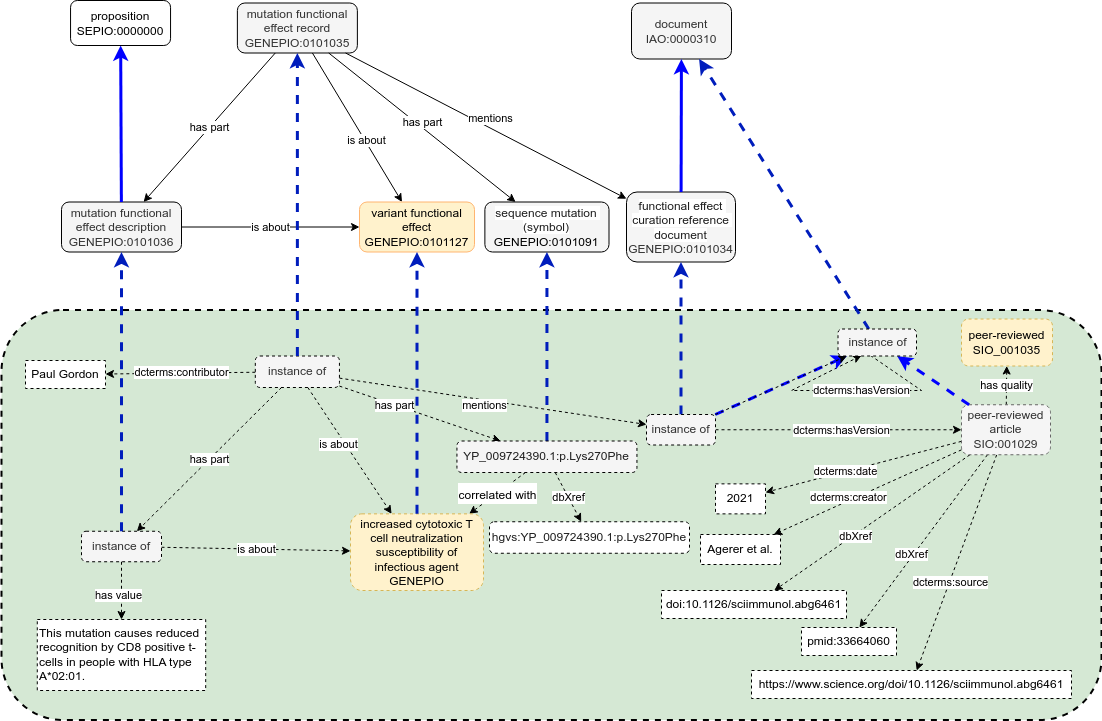
Before: img/evidence.drawio.png, a diagram exported from draw.io (cidgoh/pathogen-mutation-functionalannotation-package). Source tidied: cells renumbered, new cells last; positions are measured from the earlier drawing's top-left corner, leaving out a move shared by most shapes. Its diagram source:
```xml
<mxGraphModel>
  <root>
    <mxCell id="0" />
    <mxCell id="1" parent="0" />
    <mxCell id="2" style="rounded=1;whiteSpace=wrap;html=1;shadow=0;comic=0;strokeWidth=2;fontFamily=Segoe UI;fontSize=12;dashed=1;fillColor=#D5E8D4;" parent="1" vertex="1">
      <mxGeometry y="309.5" width="1100" height="410" as="geometry" />
    </mxCell>
    <mxCell id="3" value="instance of" style="rounded=1;whiteSpace=wrap;html=1;fontColor=#333333;fillColor=#f5f5f5;strokeColor=#000000;strokeWidth=1;dashed=1;" parent="1" vertex="1">
      <mxGeometry x="253.8" y="355.5" width="84.1" height="31.5" as="geometry" />
    </mxCell>
    <mxCell id="4" value="instance of" style="rounded=1;whiteSpace=wrap;html=1;fontColor=#333333;fillColor=#f5f5f5;strokeColor=#000000;strokeWidth=1;dashed=1;" parent="1" vertex="1">
      <mxGeometry x="80" y="530.8" width="80" height="30.5" as="geometry" />
    </mxCell>
    <mxCell id="5" value="has part" style="endArrow=classic;html=1;rounded=0;dashed=1;" parent="1" edge="1" source="3" target="57">
      <mxGeometry x="-0.32" y="-1" relative="1" as="geometry" />
    </mxCell>
    <mxCell id="6" value="has part" style="endArrow=classic;html=1;rounded=0;dashed=1;" parent="1" edge="1" source="3" target="4">
      <mxGeometry relative="1" as="geometry" />
    </mxCell>
    <mxCell id="7" value="&lt;font&gt;is about&lt;/font&gt;" style="rounded=0;jettySize=auto;html=1;fontColor=#000000;dashed=1;" parent="1" edge="1" source="4" target="15">
      <mxGeometry relative="1" as="geometry" />
    </mxCell>
    <mxCell id="8" value="dcterms:contributor" style="endArrow=classic;html=1;rounded=0;dashed=1;" parent="1" edge="1" source="3" target="10">
      <mxGeometry x="-0.01" y="-1" relative="1" as="geometry" />
    </mxCell>
    <mxCell id="9" value="&lt;font color=&quot;#050100&quot;&gt;&lt;br&gt;&lt;/font&gt;" style="rounded=0;jettySize=auto;html=1;dashed=1;" parent="1" edge="1" source="3" target="60">
      <mxGeometry relative="1" as="geometry" />
    </mxCell>
    <mxCell id="10" value="&lt;span style=&quot;border-color: var(--border-color);&quot;&gt;Paul Gordon&lt;/span&gt;" style="rounded=0;whiteSpace=wrap;html=1;strokeWidth=1;dashed=1;" parent="1" vertex="1">
      <mxGeometry x="24" y="360" width="80" height="28" as="geometry" />
    </mxCell>
    <mxCell id="11" value="&lt;font color=&quot;#000000&quot; style=&quot;font-size: 12px;&quot;&gt;correlated with&lt;/font&gt;" style="endArrow=classic;html=1;rounded=0;fontSize=18;fontColor=#050100;strokeColor=#000000;dashed=1;" parent="1" edge="1" source="57" target="15">
      <mxGeometry relative="1" as="geometry" />
    </mxCell>
    <mxCell id="12" style="rounded=0;jettySize=auto;html=1;dashed=1;" parent="1" edge="1" source="3" target="15">
      <mxGeometry relative="1" as="geometry" />
    </mxCell>
    <mxCell id="13" value="mentions" style="edgeLabel;html=1;align=center;verticalAlign=middle;" parent="12" vertex="1">
      <mxGeometry x="-0.06" y="1" relative="1" as="geometry">
        <mxPoint x="136" y="-41" as="offset" />
      </mxGeometry>
    </mxCell>
    <mxCell id="14" value="is about" style="edgeLabel;html=1;align=center;verticalAlign=middle;" parent="12" vertex="1">
      <mxGeometry x="0.18" y="1" relative="1" as="geometry">
        <mxPoint x="-20" y="-17" as="offset" />
      </mxGeometry>
    </mxCell>
    <mxCell id="15" value="increased cytotoxic T cell neutralization susceptibility of infectious agent&lt;div&gt;GENEPIO&lt;/div&gt;" style="rounded=1;whiteSpace=wrap;html=1;strokeWidth=1;dashed=1;fillColor=#fff2cc;strokeColor=#d6b656;" parent="1" vertex="1">
      <mxGeometry x="349" y="513.4" width="133" height="76.6" as="geometry" />
    </mxCell>
    <mxCell id="16" value="Agerer et al." style="rounded=0;whiteSpace=wrap;html=1;strokeWidth=1;dashed=1;" parent="1" vertex="1">
      <mxGeometry x="699" y="534" width="80" height="30" as="geometry" />
    </mxCell>
    <mxCell id="17" value="&lt;font color=&quot;#050100&quot;&gt;dcterms:creator&lt;/font&gt;" style="rounded=0;jettySize=auto;html=1;dashed=1;" parent="1" edge="1" source="30" target="16">
      <mxGeometry x="0.19" y="-3" relative="1" as="geometry" />
    </mxCell>
    <mxCell id="18" value="2021" style="rounded=0;whiteSpace=wrap;html=1;strokeWidth=1;dashed=1;" parent="1" vertex="1">
      <mxGeometry x="714" y="483.4" width="50" height="30" as="geometry" />
    </mxCell>
    <mxCell id="19" value="&lt;font color=&quot;#050100&quot;&gt;dcterms:date&lt;/font&gt;" style="rounded=0;jettySize=auto;html=1;dashed=1;" parent="1" edge="1" source="30" target="18">
      <mxGeometry x="0.18" y="1" relative="1" as="geometry">
        <mxPoint y="-1" as="offset" />
      </mxGeometry>
    </mxCell>
    <mxCell id="20" value="has quality" style="endArrow=classic;html=1;rounded=0;dashed=1;" parent="1" edge="1" source="30" target="22">
      <mxGeometry relative="1" as="geometry" />
    </mxCell>
    <mxCell id="21" value="dcterms:hasVersion" style="endArrow=classic;html=1;rounded=0;dashed=1;exitX=0.414;exitY=0.981;exitDx=0;exitDy=0;exitPerimeter=0;" parent="1" edge="1" source="59">
      <mxGeometry x="-0.1" relative="1" as="geometry">
        <mxPoint x="860" y="355" as="targetPoint" />
        <Array as="points">
          <mxPoint x="920" y="390" />
          <mxPoint x="860" y="390" />
          <mxPoint x="790" y="390" />
        </Array>
      </mxGeometry>
    </mxCell>
    <mxCell id="22" value="peer-reviewed&lt;br&gt;&lt;a href=&quot;https://www.ebi.ac.uk/ols/ontologies/sio/terms?iri=http://semanticscience.org/resource/SIO_001035&quot;&gt;SIO_001035&lt;/a&gt;" style="rounded=1;whiteSpace=wrap;html=1;fillColor=#fff2cc;strokeColor=#d6b656;strokeWidth=1;dashed=1;" parent="1" vertex="1">
      <mxGeometry x="960" y="318.5" width="91" height="47" as="geometry" />
    </mxCell>
    <mxCell id="23" value="&lt;font color=&quot;#050100&quot;&gt;&lt;br&gt;&lt;/font&gt;" style="rounded=0;jettySize=auto;html=1;strokeWidth=3;strokeColor=#0000FF;dashed=1;" parent="1" edge="1" source="60" target="59">
      <mxGeometry x="-0.57" relative="1" as="geometry" />
    </mxCell>
    <mxCell id="24" value="doi:10.1126/sciimmunol.abg6461" style="rounded=0;whiteSpace=wrap;html=1;strokeWidth=1;dashed=1;" parent="1" vertex="1">
      <mxGeometry x="660" y="590" width="185" height="28" as="geometry" />
    </mxCell>
    <mxCell id="25" value="&lt;font color=&quot;#050100&quot;&gt;dbXref&lt;/font&gt;" style="rounded=0;jettySize=auto;html=1;dashed=1;" parent="1" edge="1" source="30" target="24">
      <mxGeometry x="0.19" y="2" relative="1" as="geometry" />
    </mxCell>
    <mxCell id="26" value="pmid:33664060" style="rounded=0;whiteSpace=wrap;html=1;strokeWidth=1;dashed=1;" parent="1" vertex="1">
      <mxGeometry x="800" y="627" width="95" height="28" as="geometry" />
    </mxCell>
    <mxCell id="27" value="&lt;font color=&quot;#050100&quot;&gt;dbXref&lt;/font&gt;" style="rounded=0;jettySize=auto;html=1;dashed=1;" parent="1" edge="1" source="30" target="26">
      <mxGeometry x="0.16" y="-2" relative="1" as="geometry">
        <mxPoint y="1" as="offset" />
      </mxGeometry>
    </mxCell>
    <mxCell id="28" value="&lt;font&gt;dcterms:source&lt;/font&gt;" style="rounded=0;jettySize=auto;html=1;fontColor=#000000;dashed=1;" parent="1" edge="1" source="30" target="29">
      <mxGeometry x="0.19" y="1" relative="1" as="geometry" />
    </mxCell>
    <mxCell id="29" value="https://www.science.org/doi/10.1126/sciimmunol.abg6461" style="rounded=0;whiteSpace=wrap;html=1;strokeWidth=1;dashed=1;" parent="1" vertex="1">
      <mxGeometry x="750" y="670" width="320" height="28" as="geometry" />
    </mxCell>
    <mxCell id="30" value="peer-reviewed article&lt;br&gt;&lt;a href=&quot;http://semanticscience.org/resource/SIO_001029&quot;&gt;SIO:001029&lt;/a&gt;" style="rounded=1;whiteSpace=wrap;html=1;fontColor=#333333;fillColor=#f5f5f5;strokeColor=#666666;strokeWidth=1;dashed=1;" parent="1" vertex="1">
      <mxGeometry x="960" y="404.2" width="89" height="50" as="geometry" />
    </mxCell>
    <mxCell id="31" value="dcterms:hasVersion" style="endArrow=classic;html=1;rounded=0;dashed=1;" parent="1" edge="1" source="60" target="30">
      <mxGeometry x="0.02" y="-1" relative="1" as="geometry" />
    </mxCell>
    <mxCell id="32" value="&lt;font color=&quot;#050100&quot;&gt;&lt;br&gt;&lt;/font&gt;" style="rounded=0;jettySize=auto;html=1;strokeWidth=3;strokeColor=#0000FF;dashed=1;" parent="1" edge="1" source="30" target="59">
      <mxGeometry x="-0.57" relative="1" as="geometry" />
    </mxCell>
    <mxCell id="33" value="mutation functional effect record&lt;br&gt;GENEPIO:0101035" style="rounded=1;whiteSpace=wrap;html=1;fontColor=#333333;fillColor=#f5f5f5;strokeColor=#000000;strokeWidth=1;" parent="1" vertex="1">
      <mxGeometry x="235.9" y="2.5" width="120" height="50" as="geometry" />
    </mxCell>
    <mxCell id="34" value="mutation functional effect description&lt;br&gt;GENEPIO:0101036" style="rounded=1;whiteSpace=wrap;html=1;fontColor=#333333;fillColor=#f5f5f5;strokeColor=#000000;strokeWidth=1;" parent="1" vertex="1">
      <mxGeometry x="60" y="201.5" width="120" height="50" as="geometry" />
    </mxCell>
    <mxCell id="35" value="has part" style="endArrow=classic;html=1;rounded=0;" parent="1" edge="1" source="33" target="43">
      <mxGeometry x="-0.02" y="3" relative="1" as="geometry">
        <mxPoint y="-1" as="offset" />
      </mxGeometry>
    </mxCell>
    <mxCell id="36" value="has part" style="endArrow=classic;html=1;rounded=0;" parent="1" edge="1" source="33" target="34">
      <mxGeometry relative="1" as="geometry" />
    </mxCell>
    <mxCell id="37" value="&lt;font&gt;is about&lt;/font&gt;" style="rounded=0;jettySize=auto;html=1;fontColor=#000000;" parent="1" edge="1" source="34" target="42">
      <mxGeometry relative="1" as="geometry" />
    </mxCell>
    <mxCell id="38" value="&lt;font color=&quot;#050100&quot;&gt;&lt;br&gt;&lt;/font&gt;" style="rounded=0;jettySize=auto;html=1;" parent="1" edge="1" source="33" target="44">
      <mxGeometry relative="1" as="geometry" />
    </mxCell>
    <mxCell id="39" style="rounded=0;jettySize=auto;html=1;" parent="1" edge="1" source="33" target="42">
      <mxGeometry relative="1" as="geometry" />
    </mxCell>
    <mxCell id="40" value="mentions" style="edgeLabel;html=1;align=center;verticalAlign=middle;" parent="39" vertex="1">
      <mxGeometry x="-0.06" y="1" relative="1" as="geometry">
        <mxPoint x="134" y="-5" as="offset" />
      </mxGeometry>
    </mxCell>
    <mxCell id="41" value="is about" style="edgeLabel;html=1;align=center;verticalAlign=middle;" parent="39" vertex="1">
      <mxGeometry x="0.18" y="1" relative="1" as="geometry" />
    </mxCell>
    <mxCell id="42" value="variant functional effect&lt;div&gt;GENEPIO:0101127&lt;br&gt;&lt;/div&gt;" style="rounded=1;whiteSpace=wrap;html=1;strokeWidth=1;strokeColor=#FFB570;fillColor=#fff2cc;" parent="1" vertex="1">
      <mxGeometry x="358" y="201.5" width="115" height="50" as="geometry" />
    </mxCell>
    <mxCell id="43" value="&lt;font style=&quot;font-size: 12px;&quot;&gt;&lt;span style=&quot;color: rgb(31, 31, 31); font-family: &amp;quot;Google Sans&amp;quot;, Roboto, sans-serif; text-align: start; white-space: pre-wrap; background-color: rgb(255, 255, 255);&quot;&gt;sequence mutation (symbol)&lt;/span&gt;&lt;br&gt;&lt;span style=&quot;color: rgb(0, 0, 0); text-align: start; font-family: Arial;&quot;&gt;GENEPIO:0101091&lt;/span&gt;&lt;/font&gt;" style="rounded=1;whiteSpace=wrap;html=1;fontColor=#333333;fillColor=#f5f5f5;strokeColor=#000000;strokeWidth=1;" parent="1" vertex="1">
      <mxGeometry x="483.4" y="201.5" width="124.1" height="50" as="geometry" />
    </mxCell>
    <mxCell id="44" value="&lt;span style=&quot;color: rgb(31, 31, 31); font-family: &amp;quot;Google Sans&amp;quot;, Roboto, sans-serif; text-align: start; white-space: pre-wrap; background-color: rgb(255, 255, 255);&quot;&gt;functional effect curation reference document&lt;/span&gt;&lt;br&gt;GENEPIO:0101034" style="rounded=1;whiteSpace=wrap;html=1;fontColor=#333333;fillColor=#f5f5f5;strokeColor=#000000;strokeWidth=1;" parent="1" vertex="1">
      <mxGeometry x="625" y="191.5" width="109" height="70" as="geometry" />
    </mxCell>
    <mxCell id="45" value="document&lt;br&gt;&lt;a href=&quot;http://purl.obolibrary.org/obo/IAO_0000310&quot;&gt;IAO:0000310&lt;/a&gt;" style="rounded=1;whiteSpace=wrap;html=1;fillColor=#f5f5f5;strokeColor=#000000;fontColor=#333333;" parent="1" vertex="1">
      <mxGeometry x="630" y="2.5" width="100" height="56" as="geometry" />
    </mxCell>
    <mxCell id="46" value="&lt;font color=&quot;#050100&quot;&gt;&lt;br&gt;&lt;/font&gt;" style="rounded=0;jettySize=auto;html=1;strokeWidth=3;strokeColor=#0000FF;" parent="1" edge="1" source="44" target="45">
      <mxGeometry x="-0.57" relative="1" as="geometry" />
    </mxCell>
    <mxCell id="47" style="edgeStyle=none;rounded=0;jettySize=auto;html=1;fontSize=18;fontColor=#050100;strokeWidth=3;strokeColor=#0000FF;" parent="1" edge="1" source="34" target="48">
      <mxGeometry relative="1" as="geometry" />
    </mxCell>
    <mxCell id="48" value="proposition&lt;br&gt;&lt;a href=&quot;http://purl.obolibrary.org/obo/SEPIO_0000000&quot;&gt;SEPIO:0000000&lt;/a&gt;" style="rounded=1;whiteSpace=wrap;html=1;strokeColor=#000000;strokeWidth=1;" parent="1" vertex="1">
      <mxGeometry x="69.1" width="100" height="45" as="geometry" />
    </mxCell>
    <mxCell id="49" style="edgeStyle=none;rounded=0;jettySize=auto;html=1;fillColor=#0050ef;strokeColor=#001DBC;strokeWidth=3;dashed=1;" parent="1" edge="1" source="3" target="33">
      <mxGeometry relative="1" as="geometry" />
    </mxCell>
    <mxCell id="50" style="edgeStyle=none;rounded=0;jettySize=auto;html=1;fillColor=#0050ef;strokeColor=#001DBC;strokeWidth=3;dashed=1;" parent="1" edge="1" source="60" target="44">
      <mxGeometry relative="1" as="geometry" />
    </mxCell>
    <mxCell id="51" style="edgeStyle=none;rounded=0;jettySize=auto;html=1;fillColor=#0050ef;strokeColor=#001DBC;strokeWidth=3;dashed=1;" parent="1" edge="1" source="4" target="34">
      <mxGeometry relative="1" as="geometry" />
    </mxCell>
    <mxCell id="52" style="edgeStyle=none;rounded=0;jettySize=auto;html=1;fillColor=#0050ef;strokeColor=#001DBC;strokeWidth=3;dashed=1;" parent="1" edge="1" source="57" target="43">
      <mxGeometry relative="1" as="geometry" />
    </mxCell>
    <mxCell id="53" style="edgeStyle=none;rounded=0;jettySize=auto;html=1;fillColor=#0050ef;strokeColor=#001DBC;strokeWidth=3;dashed=1;" parent="1" edge="1" source="59" target="45">
      <mxGeometry relative="1" as="geometry" />
    </mxCell>
    <mxCell id="54" value="This mutation causes reduced recognition by CD8 positive t-cells in people with HLA type A*02:01." style="text;whiteSpace=wrap;html=1;dashed=1;fillColor=default;strokeColor=default;" parent="1" vertex="1">
      <mxGeometry x="35.8" y="619" width="168.4" height="71" as="geometry" />
    </mxCell>
    <mxCell id="55" style="edgeStyle=none;rounded=0;jettySize=auto;html=1;fillColor=#0050ef;strokeColor=#001DBC;strokeWidth=3;dashed=1;" parent="1" edge="1" source="15" target="42">
      <mxGeometry relative="1" as="geometry" />
    </mxCell>
    <mxCell id="56" value="has value" style="endArrow=classic;html=1;rounded=0;dashed=1;" parent="1" edge="1" source="4" target="54">
      <mxGeometry x="0.18" y="-3" relative="1" as="geometry" />
    </mxCell>
    <mxCell id="57" value="&lt;div style=&quot;text-align: start;&quot;&gt;&lt;span style=&quot;background-color: initial; text-align: center; white-space-collapse: preserve;&quot;&gt;&lt;font face=&quot;Google Sans, Roboto, sans-serif&quot; color=&quot;#1f1f1f&quot;&gt;YP_009724390.1&lt;/font&gt;&lt;/span&gt;&lt;span style=&quot;background-color: initial; text-align: center; white-space: pre-wrap;&quot;&gt;&lt;font face=&quot;Google Sans, Roboto, sans-serif&quot; color=&quot;#1f1f1f&quot;&gt;:p.&lt;/font&gt;&lt;/span&gt;&lt;span style=&quot;background-color: initial; text-align: center; white-space-collapse: preserve;&quot;&gt;&lt;font face=&quot;Google Sans, Roboto, sans-serif&quot; color=&quot;#1f1f1f&quot;&gt;Lys&lt;/font&gt;&lt;/span&gt;&lt;span style=&quot;color: rgb(31, 31, 31); font-family: &amp;quot;Google Sans&amp;quot;, Roboto, sans-serif; background-color: initial; text-align: center; white-space-collapse: preserve;&quot;&gt;270&lt;/span&gt;&lt;span style=&quot;background-color: initial; text-align: center; white-space-collapse: preserve;&quot;&gt;&lt;font face=&quot;Google Sans, Roboto, sans-serif&quot; color=&quot;#1f1f1f&quot;&gt;Phe&lt;/font&gt;&lt;/span&gt;&lt;/div&gt;" style="rounded=1;whiteSpace=wrap;html=1;fontColor=#333333;fillColor=#f5f5f5;strokeColor=#000000;strokeWidth=1;dashed=1;" parent="1" vertex="1">
      <mxGeometry x="455.4" y="440.5" width="180" height="31.5" as="geometry" />
    </mxCell>
    <mxCell id="58" style="endArrow=classic;html=1;rounded=0;dashed=1;" parent="1" edge="1" source="60" target="59">
      <mxGeometry relative="1" as="geometry" />
    </mxCell>
    <mxCell id="59" value="instance of" style="rounded=1;whiteSpace=wrap;html=1;fillColor=#f5f5f5;strokeColor=#000000;fontColor=#333333;dashed=1;" parent="1" vertex="1">
      <mxGeometry x="836.5" y="328.5" width="78.5" height="27" as="geometry" />
    </mxCell>
    <mxCell id="60" value="instance of" style="rounded=1;whiteSpace=wrap;html=1;fontColor=#333333;fillColor=#f5f5f5;strokeColor=#000000;strokeWidth=1;dashed=1;" parent="1" vertex="1">
      <mxGeometry x="645" y="414" width="69" height="30.5" as="geometry" />
    </mxCell>
    <mxCell id="61" value="&lt;div style=&quot;text-align: start;&quot;&gt;&lt;span style=&quot;white-space-collapse: preserve; background-color: initial; text-align: center;&quot;&gt;&lt;font face=&quot;Google Sans, Roboto, sans-serif&quot; color=&quot;#1f1f1f&quot;&gt;hgvs:YP_009724390.1&lt;/font&gt;&lt;/span&gt;&lt;span style=&quot;white-space-collapse: preserve; background-color: initial; text-align: center;&quot;&gt;&lt;font face=&quot;Google Sans, Roboto, sans-serif&quot; color=&quot;#1f1f1f&quot;&gt;:p.&lt;/font&gt;&lt;/span&gt;&lt;span style=&quot;white-space-collapse: preserve; background-color: initial; text-align: center;&quot;&gt;&lt;font face=&quot;Google Sans, Roboto, sans-serif&quot; color=&quot;#1f1f1f&quot;&gt;Lys&lt;/font&gt;&lt;/span&gt;&lt;span style=&quot;white-space-collapse: preserve; background-color: initial; color: rgb(31, 31, 31); font-family: &amp;quot;Google Sans&amp;quot;, Roboto, sans-serif; text-align: center;&quot;&gt;270&lt;/span&gt;&lt;span style=&quot;white-space-collapse: preserve; background-color: initial; text-align: center;&quot;&gt;&lt;font face=&quot;Google Sans, Roboto, sans-serif&quot; color=&quot;#1f1f1f&quot;&gt;Phe&lt;/font&gt;&lt;/span&gt;&lt;br&gt;&lt;/div&gt;" style="rounded=1;whiteSpace=wrap;html=1;fontColor=#333333;fillColor=#FFFFFF;strokeColor=#000000;strokeWidth=1;dashed=1;" parent="1" vertex="1">
      <mxGeometry x="488" y="521.2" width="200" height="31.5" as="geometry" />
    </mxCell>
    <mxCell id="62" value="&lt;font&gt;dbXref&lt;/font&gt;" style="rounded=0;jettySize=auto;html=1;fontColor=#000000;dashed=1;" parent="1" edge="1" source="57" target="61">
      <mxGeometry relative="1" as="geometry" />
    </mxCell>
  </root>
</mxGraphModel>
```
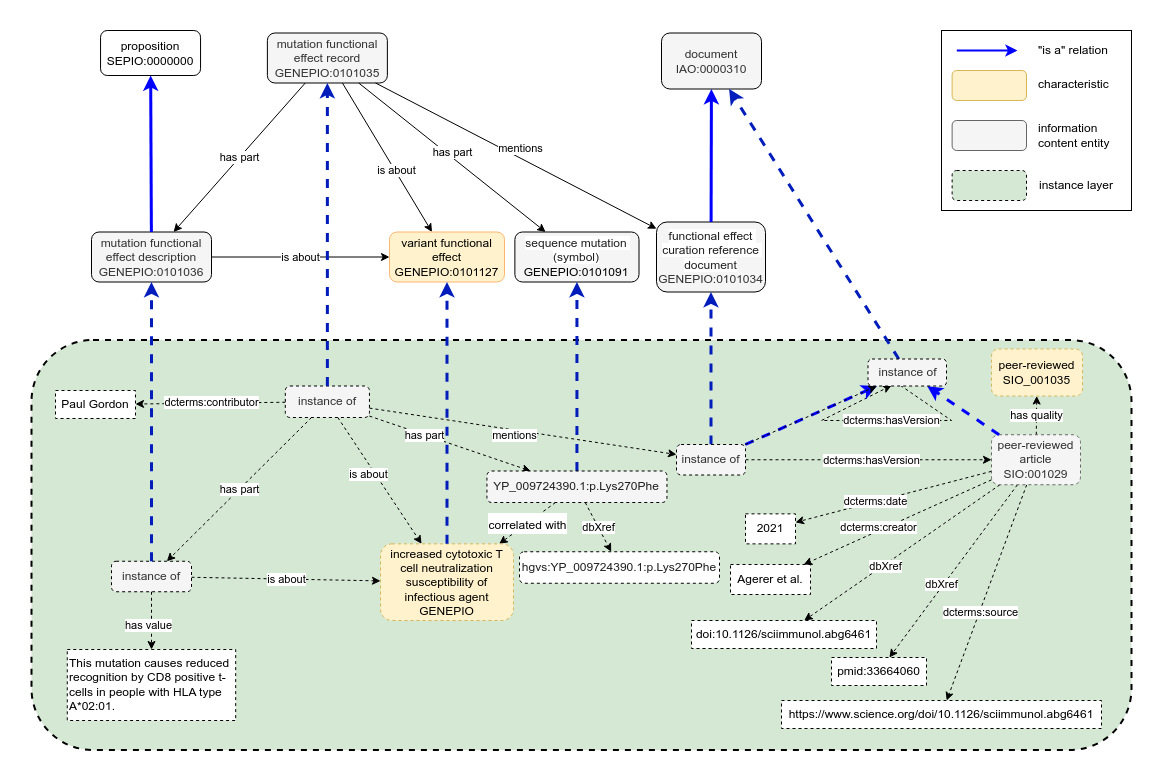
After the commit.

Commit message:
add borders and legends to ontology models

Diff of the diagram source:
```diff
@@ -204,5 +204,35 @@
     <mxCell id="62" value="&lt;font&gt;dbXref&lt;/font&gt;" style="rounded=0;jettySize=auto;html=1;fontColor=#000000;dashed=1;" parent="1" edge="1" source="57" target="61">
       <mxGeometry relative="1" as="geometry" />
     </mxCell>
+    <mxCell id="63" style="rounded=0;whiteSpace=wrap;html=1;fillColor=none;strokeWidth=1;" parent="1" vertex="1">
+      <mxGeometry x="910" width="190" height="180" as="geometry" />
+    </mxCell>
+    <mxCell id="64" value="&lt;div style=&quot;font-size: 16px;&quot;&gt;&lt;br&gt;&lt;/div&gt;" style="rounded=1;whiteSpace=wrap;html=1;strokeWidth=1;strokeColor=#d6b656;fillColor=#fff2cc;" parent="1" vertex="1">
+      <mxGeometry x="920.6" y="40" width="74.4" height="30" as="geometry" />
+    </mxCell>
+    <mxCell id="65" style="rounded=0;orthogonalLoop=1;jettySize=auto;html=1;strokeWidth=2;strokeColor=#0000FF;" parent="1" edge="1">
+      <mxGeometry relative="1" as="geometry">
+        <mxPoint x="925.3" y="20" as="sourcePoint" />
+        <mxPoint x="985.9" y="20" as="targetPoint" />
+      </mxGeometry>
+    </mxCell>
+    <mxCell id="66" value="&quot;is a&quot; relation" style="rounded=0;whiteSpace=wrap;html=1;strokeColor=none;fillColor=none;align=left;" parent="1" vertex="1">
+      <mxGeometry x="1005" y="6.1" width="86.7" height="27.8" as="geometry" />
+    </mxCell>
+    <mxCell id="67" value="characteristic" style="rounded=0;whiteSpace=wrap;html=1;strokeColor=none;fillColor=none;align=left;" parent="1" vertex="1">
+      <mxGeometry x="1004.7" y="40" width="90" height="27.8" as="geometry" />
+    </mxCell>
+    <mxCell id="68" value="information content entity" style="rounded=0;whiteSpace=wrap;html=1;strokeColor=none;fillColor=none;align=left;" parent="1" vertex="1">
+      <mxGeometry x="1005" y="90" width="90" height="30" as="geometry" />
+    </mxCell>
+    <mxCell id="69" value="&lt;div style=&quot;font-size: 16px;&quot;&gt;&lt;br&gt;&lt;/div&gt;" style="rounded=1;whiteSpace=wrap;html=1;strokeWidth=1;strokeColor=#666666;fillColor=#f5f5f5;fontColor=#333333;" parent="1" vertex="1">
+      <mxGeometry x="920.6" y="90" width="74.4" height="30" as="geometry" />
+    </mxCell>
+    <mxCell id="70" value="&lt;div style=&quot;font-size: 16px;&quot;&gt;&lt;br&gt;&lt;/div&gt;" style="rounded=1;whiteSpace=wrap;html=1;strokeWidth=1;strokeColor=#000000;fillColor=#d5e8d4;dashed=1;" parent="1" vertex="1">
+      <mxGeometry x="920.6" y="140" width="74.4" height="30" as="geometry" />
+    </mxCell>
+    <mxCell id="71" value="instance layer" style="rounded=0;whiteSpace=wrap;html=1;strokeColor=none;fillColor=none;align=left;" parent="1" vertex="1">
+      <mxGeometry x="1005.5" y="140" width="90" height="30" as="geometry" />
+    </mxCell>
   </root>
 </mxGraphModel>
```
